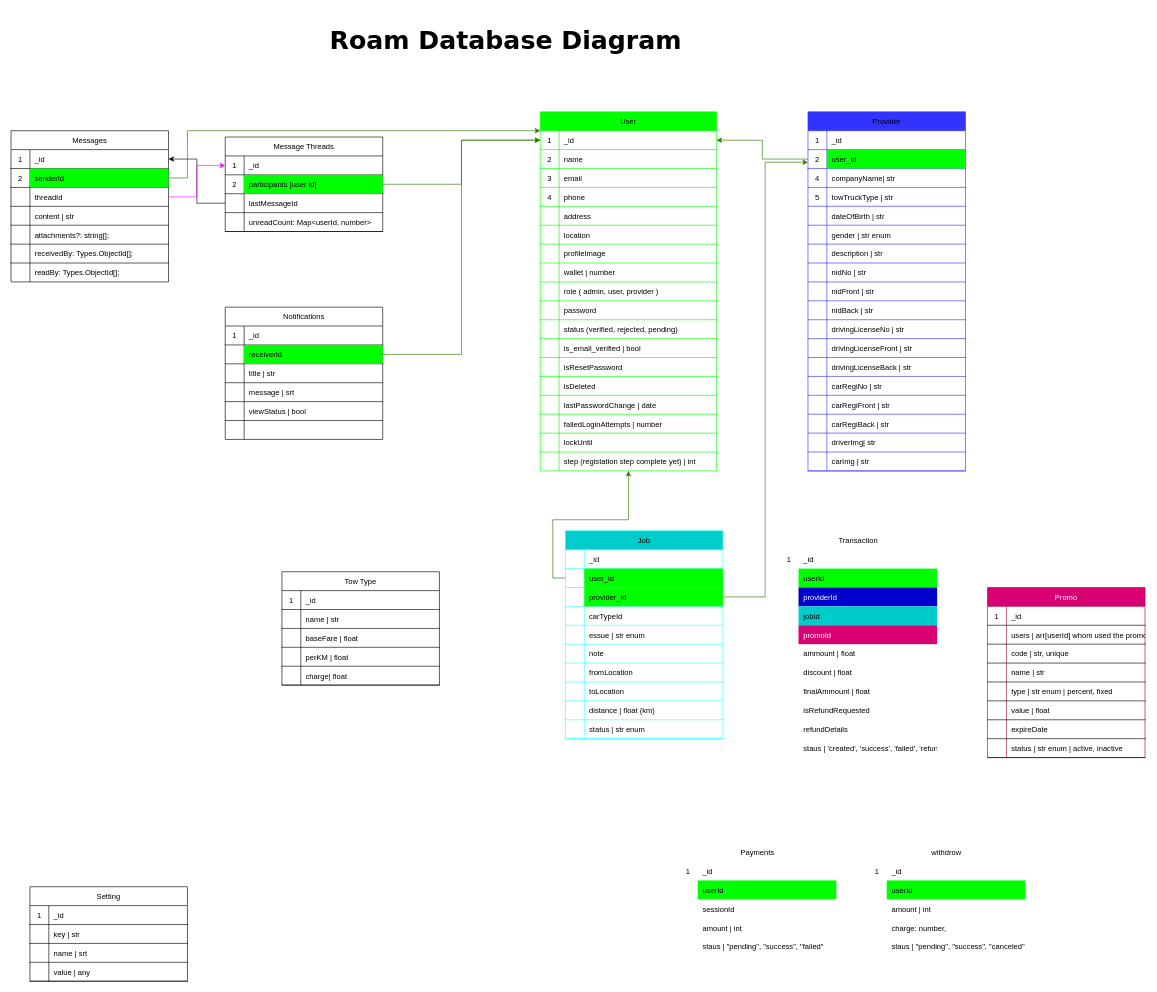
Earlier version of the draw.io diagram page "Diagram" (1 of 2) of Diagram.drawio (mdalmamunDev/roam-backend). Source tidied: cells renumbered, new cells numbered last; positions are measured from the earlier drawing's top-left corner, leaving out a move shared by most shapes. Both pictures are drawn from the tidied source at 63%, with x=0, y=0 at pixel (11, 11).
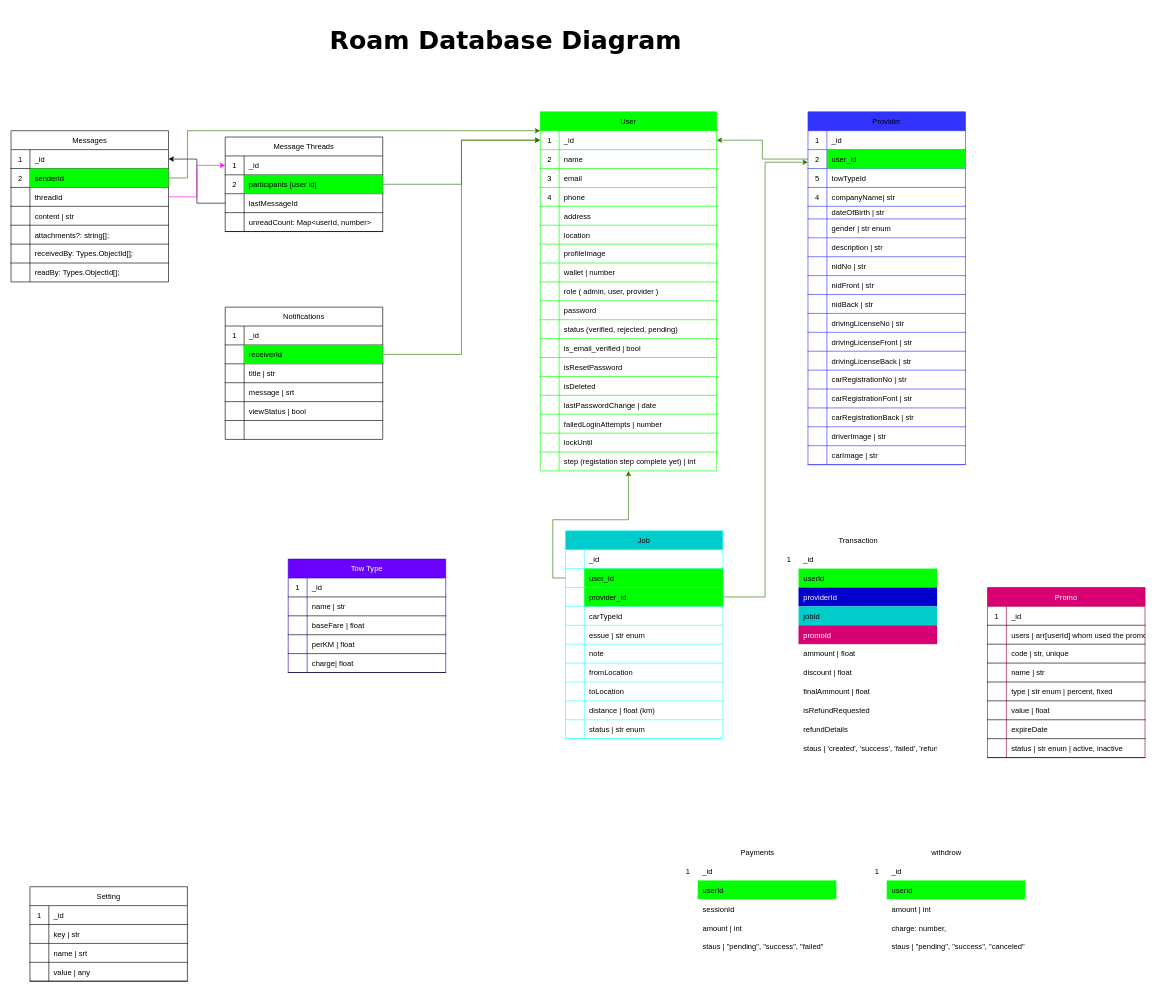
The same diagram, later.

Change to the diagram source:
```diff
@@
     <mxCell id="88" value="Provider" style="shape=table;startSize=30;childLayout=tableLayout;rowLines=0;fontStyle=0;align=center;strokeColor=#3333FF;fontColor=default;fillColor=#3333FF;" parent="1" vertex="1">
-      <mxGeometry x="1265" y="160" width="250" height="570" as="geometry" />
+      <mxGeometry x="1265" y="160" width="250" height="560" as="geometry" />
     </mxCell>
@@
+    <mxCell id="98" style="shape=partialRectangle;fillColor=none;top=0;left=0;right=0;bottom=1;strokeColor=#3333FF;fontStyle=0;" parent="88" vertex="1">
+      <mxGeometry y="90" width="250" height="30" as="geometry" />
+    </mxCell>
+    <mxCell id="99" value="5" style="shape=partialRectangle;overflow=hidden;fillColor=none;top=0;left=0;bottom=0;right=0;fontStyle=0;strokeColor=#3333FF;" parent="98" vertex="1">
+      <mxGeometry width="30" height="30" as="geometry" />
+    </mxCell>
+    <mxCell id="100" value="towTypeId" style="shape=partialRectangle;overflow=hidden;fillColor=none;top=0;left=0;bottom=0;right=0;align=left;spacingLeft=6;fontStyle=0;strokeColor=#3333FF;" parent="98" vertex="1">
+      <mxGeometry x="30" width="220" height="30" as="geometry" />
+    </mxCell>
     <mxCell id="95" style="shape=partialRectangle;fillColor=none;top=0;left=0;right=0;bottom=1;strokeColor=#3333FF;fontStyle=0;" parent="88" vertex="1">
-      <mxGeometry y="90" width="250" height="30" as="geometry" />
+      <mxGeometry y="120" width="250" height="30" as="geometry" />
     </mxCell>
@@
-    <mxCell id="98" style="shape=partialRectangle;fillColor=none;top=0;left=0;right=0;bottom=1;strokeColor=#3333FF;fontStyle=0;" parent="88" vertex="1">
-      <mxGeometry y="120" width="250" height="30" as="geometry" />
-    </mxCell>
-    <mxCell id="99" value="5" style="shape=partialRectangle;overflow=hidden;fillColor=none;top=0;left=0;bottom=0;right=0;fontStyle=0;strokeColor=#3333FF;" parent="98" vertex="1">
-      <mxGeometry width="30" height="30" as="geometry" />
-    </mxCell>
-    <mxCell id="100" value="towTruckType | str" style="shape=partialRectangle;overflow=hidden;fillColor=none;top=0;left=0;bottom=0;right=0;align=left;spacingLeft=6;fontStyle=0;strokeColor=#3333FF;" parent="98" vertex="1">
-      <mxGeometry x="30" width="220" height="30" as="geometry" />
-    </mxCell>
     <mxCell id="101" style="shape=partialRectangle;fillColor=none;top=0;left=0;right=0;bottom=1;strokeColor=#3333FF;fontStyle=0;" parent="88" vertex="1">
-      <mxGeometry y="150" width="250" height="30" as="geometry" />
+      <mxGeometry y="150" width="250" height="20" as="geometry" />
     </mxCell>
     <mxCell id="102" style="shape=partialRectangle;overflow=hidden;fillColor=none;top=0;left=0;bottom=0;right=0;fontStyle=0;strokeColor=#3333FF;" parent="101" vertex="1">
-      <mxGeometry width="30" height="30" as="geometry" />
+      <mxGeometry width="30" height="20" as="geometry" />
     </mxCell>
     <mxCell id="103" value="dateOfBirth | str" style="shape=partialRectangle;overflow=hidden;fillColor=none;top=0;left=0;bottom=0;right=0;align=left;spacingLeft=6;fontStyle=0;strokeColor=#3333FF;" parent="101" vertex="1">
-      <mxGeometry x="30" width="220" height="30" as="geometry" />
+      <mxGeometry x="30" width="220" height="20" as="geometry" />
     </mxCell>
     <mxCell id="104" style="shape=partialRectangle;fillColor=none;top=0;left=0;right=0;bottom=1;strokeColor=#3333FF;fontStyle=0;" parent="88" vertex="1">
-      <mxGeometry y="180" width="250" height="30" as="geometry" />
+      <mxGeometry y="170" width="250" height="30" as="geometry" />
     </mxCell>
@@
     <mxCell id="107" style="shape=partialRectangle;fillColor=none;top=0;left=0;right=0;bottom=1;strokeColor=#3333FF;fontStyle=0;" parent="88" vertex="1">
-      <mxGeometry y="210" width="250" height="30" as="geometry" />
+      <mxGeometry y="200" width="250" height="30" as="geometry" />
     </mxCell>
@@
     <mxCell id="110" style="shape=partialRectangle;fillColor=none;top=0;left=0;right=0;bottom=1;strokeColor=#3333FF;fontStyle=0;" parent="88" vertex="1">
-      <mxGeometry y="240" width="250" height="30" as="geometry" />
+      <mxGeometry y="230" width="250" height="30" as="geometry" />
     </mxCell>
@@
     <mxCell id="113" style="shape=partialRectangle;fillColor=none;top=0;left=0;right=0;bottom=1;strokeColor=#3333FF;fontStyle=0;" parent="88" vertex="1">
-      <mxGeometry y="270" width="250" height="30" as="geometry" />
+      <mxGeometry y="260" width="250" height="30" as="geometry" />
     </mxCell>
@@
     <mxCell id="116" style="shape=partialRectangle;fillColor=none;top=0;left=0;right=0;bottom=1;strokeColor=#3333FF;fontStyle=0;" parent="88" vertex="1">
-      <mxGeometry y="300" width="250" height="30" as="geometry" />
+      <mxGeometry y="290" width="250" height="30" as="geometry" />
     </mxCell>
@@
     <mxCell id="119" style="shape=partialRectangle;fillColor=none;top=0;left=0;right=0;bottom=1;strokeColor=#3333FF;fontStyle=0;" parent="88" vertex="1">
-      <mxGeometry y="330" width="250" height="30" as="geometry" />
+      <mxGeometry y="320" width="250" height="30" as="geometry" />
     </mxCell>
@@
     <mxCell id="122" style="shape=partialRectangle;fillColor=none;top=0;left=0;right=0;bottom=1;strokeColor=#3333FF;fontStyle=0;" parent="88" vertex="1">
-      <mxGeometry y="360" width="250" height="30" as="geometry" />
+      <mxGeometry y="350" width="250" height="30" as="geometry" />
     </mxCell>
@@
     <mxCell id="125" style="shape=partialRectangle;fillColor=none;top=0;left=0;right=0;bottom=1;strokeColor=#3333FF;fontStyle=0;" parent="88" vertex="1">
-      <mxGeometry y="390" width="250" height="30" as="geometry" />
+      <mxGeometry y="380" width="250" height="30" as="geometry" />
     </mxCell>
@@
     <mxCell id="128" style="shape=partialRectangle;fillColor=none;top=0;left=0;right=0;bottom=1;strokeColor=#3333FF;fontStyle=0;" parent="88" vertex="1">
-      <mxGeometry y="420" width="250" height="30" as="geometry" />
+      <mxGeometry y="410" width="250" height="30" as="geometry" />
     </mxCell>
@@
-    <mxCell id="130" value="carRegiNo | str" style="shape=partialRectangle;overflow=hidden;fillColor=none;top=0;left=0;bottom=0;right=0;align=left;spacingLeft=6;fontStyle=0;strokeColor=#3333FF;" parent="128" vertex="1">
+    <mxCell id="130" value="carRegistrationNo | str" style="shape=partialRectangle;overflow=hidden;fillColor=none;top=0;left=0;bottom=0;right=0;align=left;spacingLeft=6;fontStyle=0;strokeColor=#3333FF;" parent="128" vertex="1">
       <mxGeometry x="30" width="220" height="30" as="geometry" />
     </mxCell>
     <mxCell id="131" style="shape=partialRectangle;fillColor=none;top=0;left=0;right=0;bottom=1;strokeColor=#3333FF;fontStyle=0;" parent="88" vertex="1">
-      <mxGeometry y="450" width="250" height="30" as="geometry" />
+      <mxGeometry y="440" width="250" height="30" as="geometry" />
     </mxCell>
@@
-    <mxCell id="133" value="carRegiFront | str" style="shape=partialRectangle;overflow=hidden;fillColor=none;top=0;left=0;bottom=0;right=0;align=left;spacingLeft=6;fontStyle=0;strokeColor=#3333FF;" parent="131" vertex="1">
+    <mxCell id="133" value="carRegistrationFont | str" style="shape=partialRectangle;overflow=hidden;fillColor=none;top=0;left=0;bottom=0;right=0;align=left;spacingLeft=6;fontStyle=0;strokeColor=#3333FF;" parent="131" vertex="1">
       <mxGeometry x="30" width="220" height="30" as="geometry" />
     </mxCell>
     <mxCell id="134" style="shape=partialRectangle;fillColor=none;top=0;left=0;right=0;bottom=1;strokeColor=#3333FF;fontStyle=0;" parent="88" vertex="1">
-      <mxGeometry y="480" width="250" height="30" as="geometry" />
+      <mxGeometry y="470" width="250" height="30" as="geometry" />
     </mxCell>
@@
-    <mxCell id="136" value="carRegiBack | str" style="shape=partialRectangle;overflow=hidden;fillColor=none;top=0;left=0;bottom=0;right=0;align=left;spacingLeft=6;fontStyle=0;strokeColor=#3333FF;" parent="134" vertex="1">
+    <mxCell id="136" value="carRegistrationBack | str" style="shape=partialRectangle;overflow=hidden;fillColor=none;top=0;left=0;bottom=0;right=0;align=left;spacingLeft=6;fontStyle=0;strokeColor=#3333FF;" parent="134" vertex="1">
       <mxGeometry x="30" width="220" height="30" as="geometry" />
     </mxCell>
     <mxCell id="137" style="shape=partialRectangle;fillColor=none;top=0;left=0;right=0;bottom=1;strokeColor=#3333FF;fontStyle=0;" parent="88" vertex="1">
-      <mxGeometry y="510" width="250" height="30" as="geometry" />
+      <mxGeometry y="500" width="250" height="30" as="geometry" />
     </mxCell>
@@
-    <mxCell id="139" value="driverImg| str" style="shape=partialRectangle;overflow=hidden;fillColor=none;top=0;left=0;bottom=0;right=0;align=left;spacingLeft=6;fontStyle=0;strokeColor=#3333FF;" parent="137" vertex="1">
+    <mxCell id="139" value="driverImage | str" style="shape=partialRectangle;overflow=hidden;fillColor=none;top=0;left=0;bottom=0;right=0;align=left;spacingLeft=6;fontStyle=0;strokeColor=#3333FF;" parent="137" vertex="1">
       <mxGeometry x="30" width="220" height="30" as="geometry" />
     </mxCell>
     <mxCell id="140" style="shape=partialRectangle;fillColor=none;top=0;left=0;right=0;bottom=1;strokeColor=#3333FF;fontStyle=0;" parent="88" vertex="1">
-      <mxGeometry y="540" width="250" height="30" as="geometry" />
+      <mxGeometry y="530" width="250" height="30" as="geometry" />
     </mxCell>
@@
-    <mxCell id="142" value="carImg | str" style="shape=partialRectangle;overflow=hidden;fillColor=none;top=0;left=0;bottom=0;right=0;align=left;spacingLeft=6;fontStyle=0;strokeColor=#3333FF;" parent="140" vertex="1">
+    <mxCell id="142" value="carImage | str" style="shape=partialRectangle;overflow=hidden;fillColor=none;top=0;left=0;bottom=0;right=0;align=left;spacingLeft=6;fontStyle=0;strokeColor=#3333FF;" parent="140" vertex="1">
       <mxGeometry x="30" width="220" height="30" as="geometry" />
     </mxCell>
@@
-    <mxCell id="293" value="Tow Type" style="shape=table;startSize=30;childLayout=tableLayout;rowLines=0;fontStyle=0;align=center;" parent="1" vertex="1">
-      <mxGeometry x="430" y="890" width="250" height="180" as="geometry" />
+    <mxCell id="293" value="Tow Type" style="shape=table;startSize=30;childLayout=tableLayout;rowLines=0;fontStyle=0;align=center;fillColor=#6a00ff;fontColor=#ffffff;strokeColor=#3700CC;" parent="1" vertex="1">
+      <mxGeometry x="440" y="870" width="250" height="180" as="geometry" />
     </mxCell>
```
